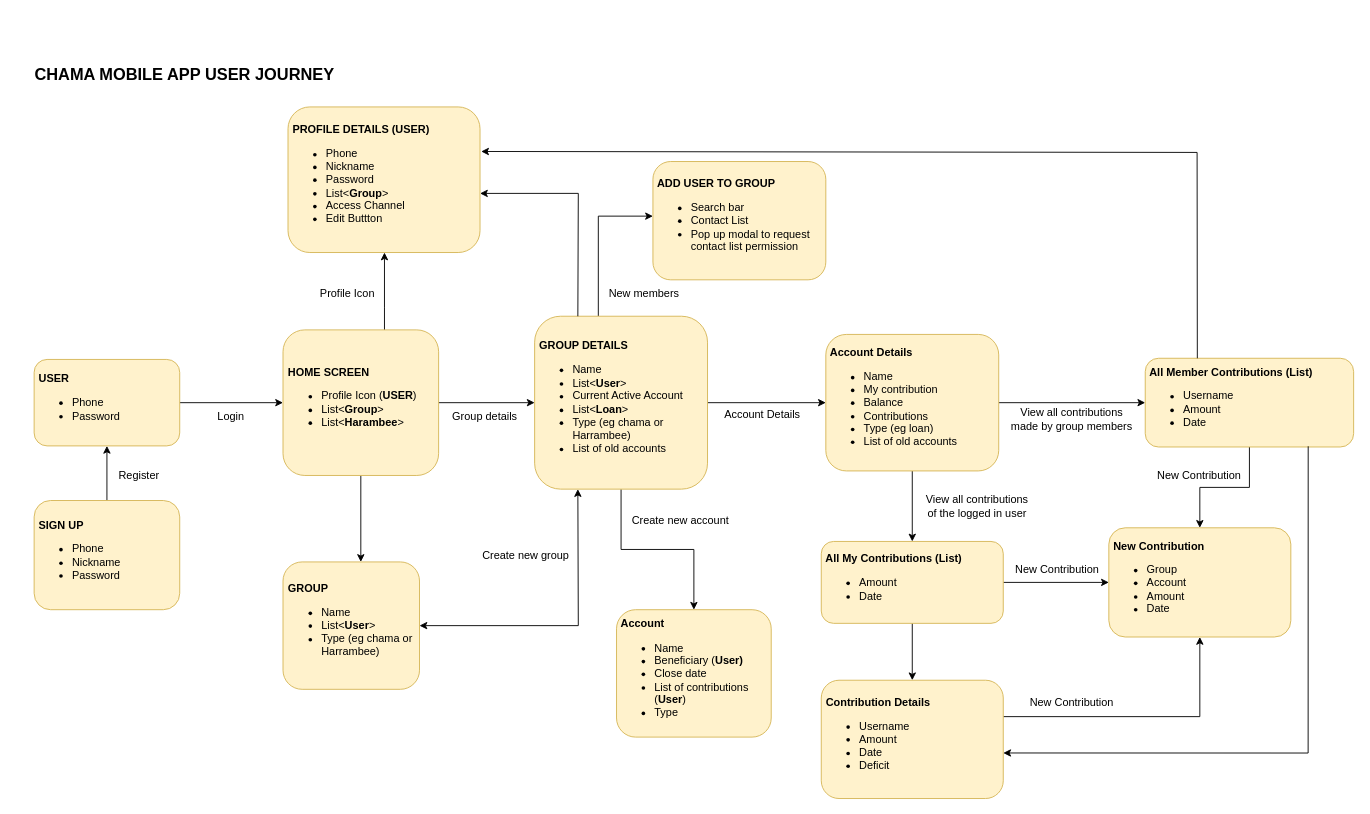
Earlier version of the draw.io diagram chama-design.drawio (kotikoB/kotikoB). Source tidied: cells renumbered, new cells numbered last; positions are measured from the earlier drawing's top-left corner, leaving out a move shared by most shapes. Both pictures are drawn from the tidied source at 91%, with x=0, y=0 at pixel (25, 61).
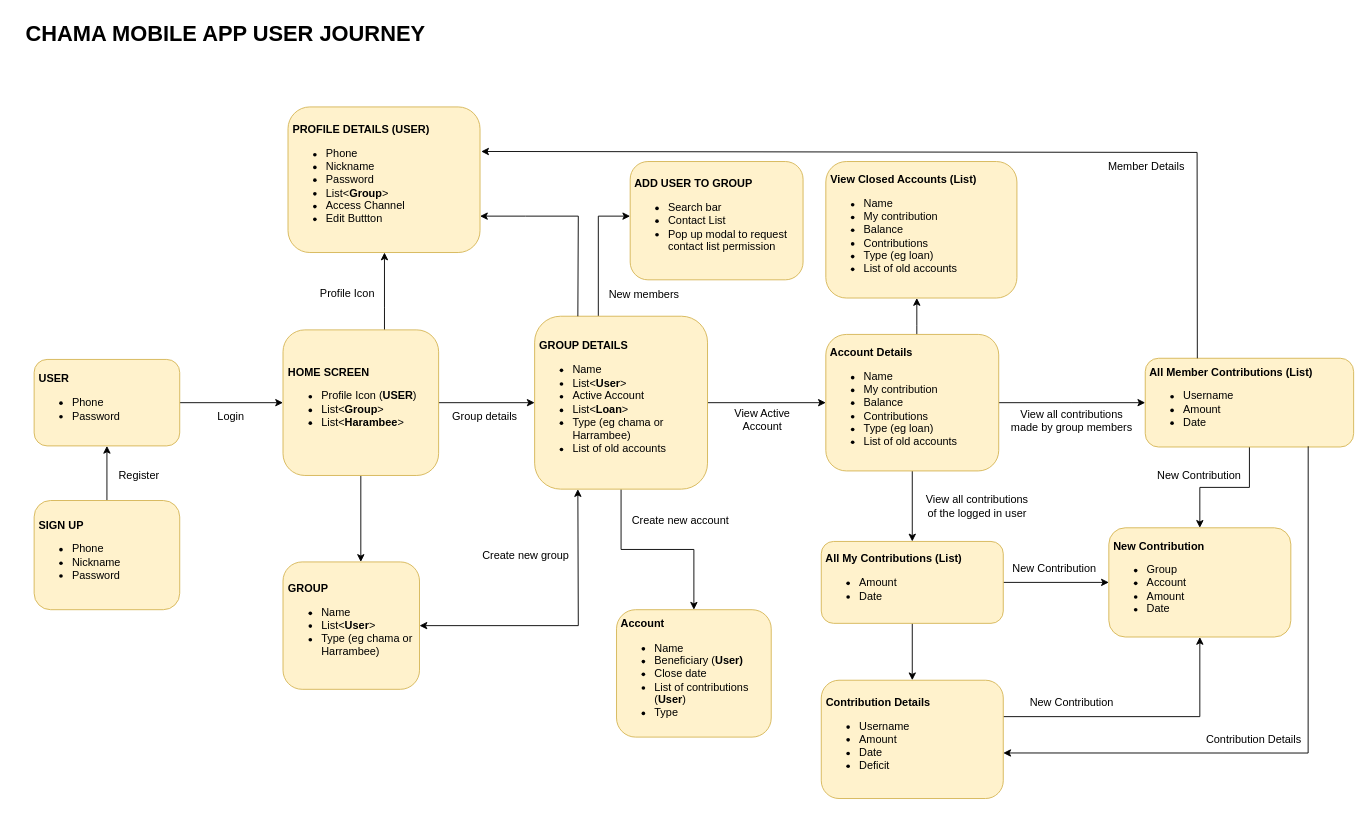
The same diagram, later.

The change refers to these unchanged cells:
```xml
<mxCell id="24" value="&lt;blockquote style=&quot;margin: 0 0 0 40px; border: none; padding: 0px;&quot;&gt;&lt;/blockquote&gt;&lt;blockquote style=&quot;margin: 0 0 0 40px; border: none; padding: 0px;&quot;&gt;&lt;/blockquote&gt;&lt;b&gt;&lt;span style=&quot;white-space: pre;&quot;&gt; PROFILE DETAILS (USER)&lt;/span&gt;&lt;br&gt;&lt;/b&gt;&lt;ul&gt;&lt;li&gt;Phone&lt;br&gt;&lt;/li&gt;&lt;li&gt;Nickname&lt;br&gt;&lt;/li&gt;&lt;li&gt;Password&lt;/li&gt;&lt;li&gt;List&amp;lt;&lt;b&gt;Group&lt;/b&gt;&amp;gt;&lt;br&gt;&lt;/li&gt;&lt;li&gt;Access Channel&lt;br&gt;&lt;/li&gt;&lt;li&gt;Edit Buttton&lt;/li&gt;&lt;/ul&gt;&lt;blockquote style=&quot;margin: 0 0 0 40px; border: none; padding: 0px;&quot;&gt;&lt;/blockquote&gt;&lt;blockquote style=&quot;margin: 0 0 0 40px; border: none; padding: 0px;&quot;&gt;&lt;/blockquote&gt;&lt;blockquote style=&quot;margin: 0 0 0 40px; border: none; padding: 0px;&quot;&gt;&lt;/blockquote&gt;&lt;blockquote style=&quot;margin: 0 0 0 40px; border: none; padding: 0px;&quot;&gt;&lt;/blockquote&gt;" style="rounded=1;whiteSpace=wrap;html=1;align=left;fillColor=#fff2cc;strokeColor=#d6b656;" parent="1" vertex="1">
  <mxGeometry x="289" y="50" width="211" height="160" as="geometry" />
</mxCell>
<mxCell id="28" value="&lt;b&gt;&lt;span style=&quot;white-space: pre;&quot;&gt; Account Details&lt;/span&gt;&lt;/b&gt;&lt;br&gt;&lt;ul&gt;&lt;li&gt;Name&lt;br&gt;&lt;/li&gt;&lt;li&gt;My contribution&lt;/li&gt;&lt;li&gt;Balance&lt;/li&gt;&lt;li&gt;Contributions&amp;nbsp;&lt;/li&gt;&lt;li&gt;Type (eg loan)&lt;br&gt;&lt;/li&gt;&lt;li&gt;List of old accounts&lt;/li&gt;&lt;/ul&gt;" style="whiteSpace=wrap;html=1;align=left;rounded=1;fillColor=#fff2cc;strokeColor=#d6b656;" parent="1" vertex="1">
  <mxGeometry x="880" y="300" width="190" height="150" as="geometry" />
</mxCell>
```

The edit, as a diff of the source:
```diff
@@
-    <mxCell id="10" value="&lt;b&gt;&lt;font style=&quot;font-size: 18px;&quot;&gt;CHAMA MOBILE APP USER JOURNEY&lt;/font&gt;&lt;/b&gt;" style="text;html=1;align=center;verticalAlign=middle;fillColor=none;strokeColor=none;rounded=0;" parent="1" vertex="1">
-      <mxGeometry width="350" height="30" as="geometry" />
+    <mxCell id="10" value="&lt;b&gt;&lt;font style=&quot;font-size: 24px;&quot;&gt;CHAMA MOBILE APP USER JOURNEY&lt;/font&gt;&lt;/b&gt;" style="text;html=1;align=center;verticalAlign=middle;fillColor=none;strokeColor=none;rounded=0;" parent="1" vertex="1">
+      <mxGeometry x="-10" y="-50" width="460" height="40" as="geometry" />
     </mxCell>
@@
-    <mxCell id="14" value="&lt;b&gt;&lt;span style=&quot;white-space: pre;&quot;&gt; &lt;/span&gt;GROUP DETAILS&lt;/b&gt;&lt;br&gt;&lt;ul&gt;&lt;li&gt;Name&lt;br&gt;&lt;/li&gt;&lt;li&gt;List&amp;lt;&lt;b&gt;User&lt;/b&gt;&amp;gt;&amp;nbsp;&lt;br&gt;&lt;/li&gt;&lt;li&gt;Current Active Account&lt;br&gt;&lt;/li&gt;&lt;li&gt;List&amp;lt;&lt;b&gt;Loan&lt;/b&gt;&amp;gt;&lt;br&gt;&lt;/li&gt;&lt;li&gt;Type (eg chama or Harrambee)&lt;br&gt;&lt;/li&gt;&lt;li&gt;List of old accounts&lt;/li&gt;&lt;/ul&gt;" style="whiteSpace=wrap;html=1;align=left;rounded=1;fillColor=#fff2cc;strokeColor=#d6b656;" parent="1" vertex="1">
+    <mxCell id="14" value="&lt;b&gt;&lt;span style=&quot;white-space: pre;&quot;&gt; &lt;/span&gt;GROUP DETAILS&lt;/b&gt;&lt;br&gt;&lt;ul&gt;&lt;li&gt;Name&lt;br&gt;&lt;/li&gt;&lt;li&gt;List&amp;lt;&lt;b&gt;User&lt;/b&gt;&amp;gt;&amp;nbsp;&lt;br&gt;&lt;/li&gt;&lt;li&gt;Active Account&lt;br&gt;&lt;/li&gt;&lt;li&gt;List&amp;lt;&lt;b&gt;Loan&lt;/b&gt;&amp;gt;&lt;br&gt;&lt;/li&gt;&lt;li&gt;Type (eg chama or Harrambee)&lt;br&gt;&lt;/li&gt;&lt;li&gt;List of old accounts&lt;/li&gt;&lt;/ul&gt;" style="whiteSpace=wrap;html=1;align=left;rounded=1;fillColor=#fff2cc;strokeColor=#d6b656;" parent="1" vertex="1">
       <mxGeometry x="560" y="280" width="190" height="190" as="geometry" />
     </mxCell>
@@
     <mxCell id="20" value="&lt;b&gt;&lt;span style=&quot;white-space: pre;&quot;&gt; ADD USER TO GROUP&lt;br&gt;&lt;/span&gt;&lt;/b&gt;&lt;ul&gt;&lt;li&gt;Search bar&lt;/li&gt;&lt;li&gt;Contact List&amp;nbsp;&lt;br&gt;&lt;/li&gt;&lt;li&gt;Pop up modal to request contact list permission&lt;/li&gt;&lt;/ul&gt;" style="whiteSpace=wrap;html=1;align=left;rounded=1;fillColor=#fff2cc;strokeColor=#d6b656;" parent="1" vertex="1">
-      <mxGeometry x="690" y="110" width="190" height="130" as="geometry" />
+      <mxGeometry x="665" y="110" width="190" height="130" as="geometry" />
     </mxCell>
     <mxCell id="21" value="New members" style="text;html=1;align=center;verticalAlign=middle;fillColor=none;strokeColor=none;rounded=0;" parent="1" vertex="1">
-      <mxGeometry x="630" y="240" width="100" height="30" as="geometry" />
+      <mxGeometry x="630" y="242" width="100" height="30" as="geometry" />
     </mxCell>
@@
+    <mxCell id="47" style="edgeStyle=orthogonalEdgeStyle;rounded=0;jettySize=auto;html=1;fontSize=24;" parent="1" edge="1" source="28" target="50">
+      <mxGeometry relative="1" as="geometry">
+        <Array as="points">
+          <mxPoint x="980" y="290" />
+          <mxPoint x="980" y="290" />
+        </Array>
+      </mxGeometry>
+    </mxCell>
@@
-    <mxCell id="30" value="Account Details" style="text;html=1;align=center;verticalAlign=middle;fillColor=none;strokeColor=none;rounded=0;" parent="1" vertex="1">
-      <mxGeometry x="755" y="372.5" width="110" height="30" as="geometry" />
+    <mxCell id="30" value="View Active &lt;br&gt;Account" style="text;html=1;align=center;verticalAlign=middle;fillColor=none;strokeColor=none;rounded=0;" parent="1" vertex="1">
+      <mxGeometry x="765" y="373.5" width="90" height="40" as="geometry" />
     </mxCell>
@@
     <mxCell id="33" value="View all contributions&lt;br&gt;made by group members" style="text;html=1;align=center;verticalAlign=middle;fillColor=none;strokeColor=none;rounded=0;" parent="1" vertex="1">
-      <mxGeometry x="1070" y="372.5" width="160" height="40" as="geometry" />
+      <mxGeometry x="1070" y="374.5" width="160" height="40" as="geometry" />
     </mxCell>
@@
     <mxCell id="41" value="New Contribution" style="text;html=1;align=center;verticalAlign=middle;fillColor=none;strokeColor=none;rounded=0;" parent="1" vertex="1">
-      <mxGeometry x="1074" y="543.5" width="120" height="30" as="geometry" />
+      <mxGeometry x="1071" y="542.5" width="120" height="30" as="geometry" />
     </mxCell>
@@
-    <mxCell id="46" style="endArrow=classic;html=1;rounded=0;fontSize=18;entryX=1;entryY=0.594;entryDx=0;entryDy=0;entryPerimeter=0;exitX=0.25;exitY=0;exitDx=0;exitDy=0;" parent="1" edge="1" source="14" target="24">
+    <mxCell id="46" style="endArrow=classic;html=1;rounded=0;fontSize=18;entryX=1;entryY=0.75;entryDx=0;entryDy=0;exitX=0.25;exitY=0;exitDx=0;exitDy=0;" parent="1" edge="1" source="14" target="24">
       <mxGeometry relative="1" as="geometry">
         <Array as="points">
-          <mxPoint x="608" y="145" />
+          <mxPoint x="608" y="170" />
+          <mxPoint x="550" y="170" />
         </Array>
       </mxGeometry>
     </mxCell>
+    <mxCell id="48" value="Contribution Details" style="text;html=1;align=center;verticalAlign=middle;fillColor=none;strokeColor=none;rounded=0;" parent="1" vertex="1">
+      <mxGeometry x="1285" y="730" width="130" height="30" as="geometry" />
+    </mxCell>
+    <mxCell id="49" value="Member Details" style="text;html=1;align=center;verticalAlign=middle;fillColor=none;strokeColor=none;rounded=0;" parent="1" vertex="1">
+      <mxGeometry x="1177" y="101" width="110" height="30" as="geometry" />
+    </mxCell>
+    <mxCell id="50" value="&lt;b&gt;&lt;span style=&quot;white-space: pre;&quot;&gt; View Closed Accounts (List)&lt;/span&gt;&lt;/b&gt;&lt;br&gt;&lt;ul&gt;&lt;li&gt;Name&lt;br&gt;&lt;/li&gt;&lt;li&gt;My contribution&lt;/li&gt;&lt;li&gt;Balance&lt;/li&gt;&lt;li&gt;Contributions&amp;nbsp;&lt;/li&gt;&lt;li&gt;Type (eg loan)&lt;br&gt;&lt;/li&gt;&lt;li&gt;List of old accounts&lt;/li&gt;&lt;/ul&gt;" style="whiteSpace=wrap;html=1;align=left;rounded=1;fillColor=#fff2cc;strokeColor=#d6b656;" parent="1" vertex="1">
+      <mxGeometry x="880" y="110" width="210" height="150" as="geometry" />
+    </mxCell>
```
